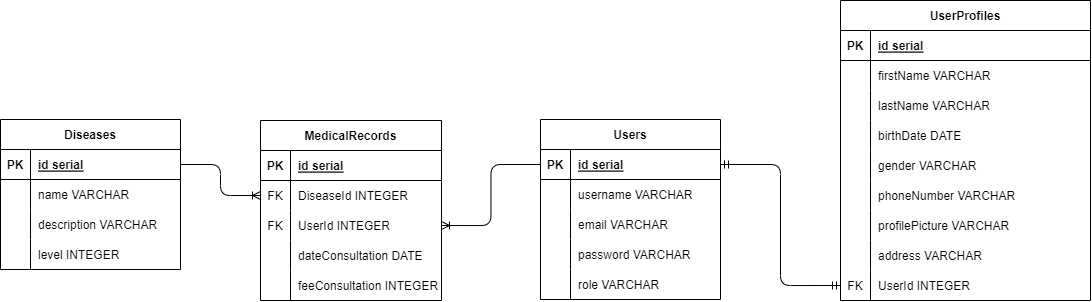
Above: schema.png in liliane673/GetWellSoon (draw.io), before the change. Source tidied: cells renumbered, new cells last; positions are measured from the earlier drawing's top-left corner, leaving out a move shared by most shapes.
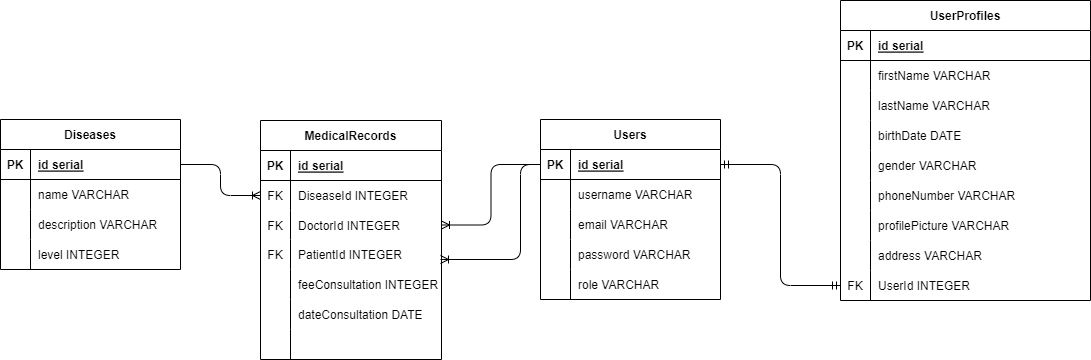
Above is the later version.

Diff of the diagram source:
```diff
@@ -177,7 +177,7 @@
       <mxGeometry x="30" width="150" height="30" as="geometry" />
     </mxCell>
     <mxCell id="60" value="MedicalRecords" style="shape=table;startSize=30;rowLines=0;fontStyle=1;align=center;" parent="1" vertex="1">
-      <mxGeometry x="260" y="120" width="181" height="180" as="geometry" />
+      <mxGeometry x="260" y="120" width="181" height="239" as="geometry" />
     </mxCell>
     <mxCell id="61" style="shape=tableRow;horizontal=0;startSize=0;swimlaneHead=0;swimlaneBody=0;fillColor=none;top=0;left=0;right=0;bottom=1;" parent="60" vertex="1">
       <mxGeometry y="30" width="181" height="30" as="geometry" />
@@ -198,25 +198,25 @@
       <mxGeometry x="30" width="151" height="30" as="geometry" />
     </mxCell>
     <mxCell id="67" style="shape=tableRow;horizontal=0;startSize=0;swimlaneHead=0;swimlaneBody=0;fillColor=none;points=[[0,0.5],[1,0.5]];portConstraint=eastwest;top=0;left=0;right=0;bottom=0;" parent="60" vertex="1">
-      <mxGeometry y="90" width="181" height="30" as="geometry" />
+      <mxGeometry y="90" width="181" height="29" as="geometry" />
     </mxCell>
     <mxCell id="68" value="FK" style="shape=partialRectangle;fillColor=none;top=0;left=0;bottom=0;right=0;overflow=hidden;" parent="67" vertex="1">
-      <mxGeometry width="30" height="30" as="geometry" />
+      <mxGeometry width="30" height="29" as="geometry" />
     </mxCell>
-    <mxCell id="69" value="UserId INTEGER" style="shape=partialRectangle;fillColor=none;top=0;left=0;bottom=0;right=0;align=left;spacingLeft=6;overflow=hidden;" parent="67" vertex="1">
-      <mxGeometry x="30" width="151" height="30" as="geometry" />
+    <mxCell id="69" value="DoctorId INTEGER" style="shape=partialRectangle;fillColor=none;top=0;left=0;bottom=0;right=0;align=left;spacingLeft=6;overflow=hidden;" parent="67" vertex="1">
+      <mxGeometry x="30" width="151" height="29" as="geometry" />
     </mxCell>
     <mxCell id="70" style="shape=tableRow;horizontal=0;startSize=0;swimlaneHead=0;swimlaneBody=0;fillColor=none;top=0;left=0;right=0;bottom=0;" parent="60" vertex="1">
-      <mxGeometry y="120" width="181" height="30" as="geometry" />
+      <mxGeometry y="119" width="181" height="30" as="geometry" />
     </mxCell>
-    <mxCell id="71" style="shape=partialRectangle;fillColor=none;top=0;left=0;bottom=0;right=0;overflow=hidden;" parent="70" vertex="1">
+    <mxCell id="71" value="FK" style="shape=partialRectangle;fillColor=none;top=0;left=0;bottom=0;right=0;overflow=hidden;" parent="70" vertex="1">
       <mxGeometry width="30" height="30" as="geometry" />
     </mxCell>
-    <mxCell id="72" value="dateConsultation DATE" style="shape=partialRectangle;fillColor=none;top=0;left=0;bottom=0;right=0;align=left;spacingLeft=6;overflow=hidden;" parent="70" vertex="1">
+    <mxCell id="72" value="PatientId INTEGER" style="shape=partialRectangle;fillColor=none;top=0;left=0;bottom=0;right=0;align=left;spacingLeft=6;overflow=hidden;" parent="70" vertex="1">
       <mxGeometry x="30" width="151" height="30" as="geometry" />
     </mxCell>
     <mxCell id="73" style="shape=tableRow;horizontal=0;startSize=0;swimlaneHead=0;swimlaneBody=0;fillColor=none;top=0;left=0;right=0;bottom=0;" parent="60" vertex="1">
-      <mxGeometry y="150" width="181" height="30" as="geometry" />
+      <mxGeometry y="149" width="181" height="30" as="geometry" />
     </mxCell>
     <mxCell id="74" style="shape=partialRectangle;fillColor=none;top=0;left=0;bottom=0;right=0;overflow=hidden;" parent="73" vertex="1">
       <mxGeometry width="30" height="30" as="geometry" />
@@ -224,11 +224,38 @@
     <mxCell id="75" value="feeConsultation INTEGER" style="shape=partialRectangle;fillColor=none;top=0;left=0;bottom=0;right=0;align=left;spacingLeft=6;overflow=hidden;" parent="73" vertex="1">
       <mxGeometry x="30" width="151" height="30" as="geometry" />
     </mxCell>
+    <mxCell id="78" style="shape=tableRow;horizontal=0;startSize=0;swimlaneHead=0;swimlaneBody=0;fillColor=none;top=0;left=0;right=0;bottom=0;" parent="60" vertex="1">
+      <mxGeometry y="179" width="181" height="30" as="geometry" />
+    </mxCell>
+    <mxCell id="79" style="shape=partialRectangle;fillColor=none;top=0;left=0;bottom=0;right=0;overflow=hidden;" parent="78" vertex="1">
+      <mxGeometry width="30" height="30" as="geometry" />
+    </mxCell>
+    <mxCell id="80" value="dateConsultation DATE" style="shape=partialRectangle;fillColor=none;top=0;left=0;bottom=0;right=0;align=left;spacingLeft=6;overflow=hidden;" parent="78" vertex="1">
+      <mxGeometry x="30" width="151" height="30" as="geometry" />
+    </mxCell>
+    <mxCell id="81" style="shape=tableRow;horizontal=0;startSize=0;swimlaneHead=0;swimlaneBody=0;fillColor=none;top=0;left=0;right=0;bottom=0;" parent="60" vertex="1">
+      <mxGeometry y="209" width="181" height="30" as="geometry" />
+    </mxCell>
+    <mxCell id="82" style="shape=partialRectangle;fillColor=none;top=0;left=0;bottom=0;right=0;overflow=hidden;" parent="81" vertex="1">
+      <mxGeometry width="30" height="30" as="geometry" />
+    </mxCell>
+    <mxCell id="83" style="shape=partialRectangle;fillColor=none;top=0;left=0;bottom=0;right=0;align=left;spacingLeft=6;overflow=hidden;" parent="81" vertex="1">
+      <mxGeometry x="30" width="151" height="30" as="geometry" />
+    </mxCell>
     <mxCell id="76" style="edgeStyle=orthogonalEdgeStyle;fontSize=12;html=1;endArrow=ERoneToMany;exitX=0;exitY=0.5;exitDx=0;exitDy=0;entryX=1;entryY=0.5;entryDx=0;entryDy=0;" parent="1" edge="1" source="3" target="67">
       <mxGeometry relative="1" as="geometry" />
     </mxCell>
     <mxCell id="77" style="edgeStyle=orthogonalEdgeStyle;fontSize=12;html=1;endArrow=ERoneToMany;exitX=1;exitY=0.5;exitDx=0;exitDy=0;entryX=0;entryY=0.5;entryDx=0;entryDy=0;" parent="1" edge="1" source="48" target="64">
       <mxGeometry relative="1" as="geometry" />
     </mxCell>
+    <mxCell id="84" style="edgeStyle=orthogonalEdgeStyle;fontSize=12;html=1;endArrow=ERoneToMany;exitX=0;exitY=0.5;exitDx=0;exitDy=0;" parent="1" edge="1" source="3">
+      <mxGeometry relative="1" as="geometry">
+        <mxPoint x="440" y="259" as="targetPoint" />
+        <Array as="points">
+          <mxPoint x="520" y="164" />
+          <mxPoint x="520" y="259" />
+        </Array>
+      </mxGeometry>
+    </mxCell>
   </root>
 </mxGraphModel>
```
